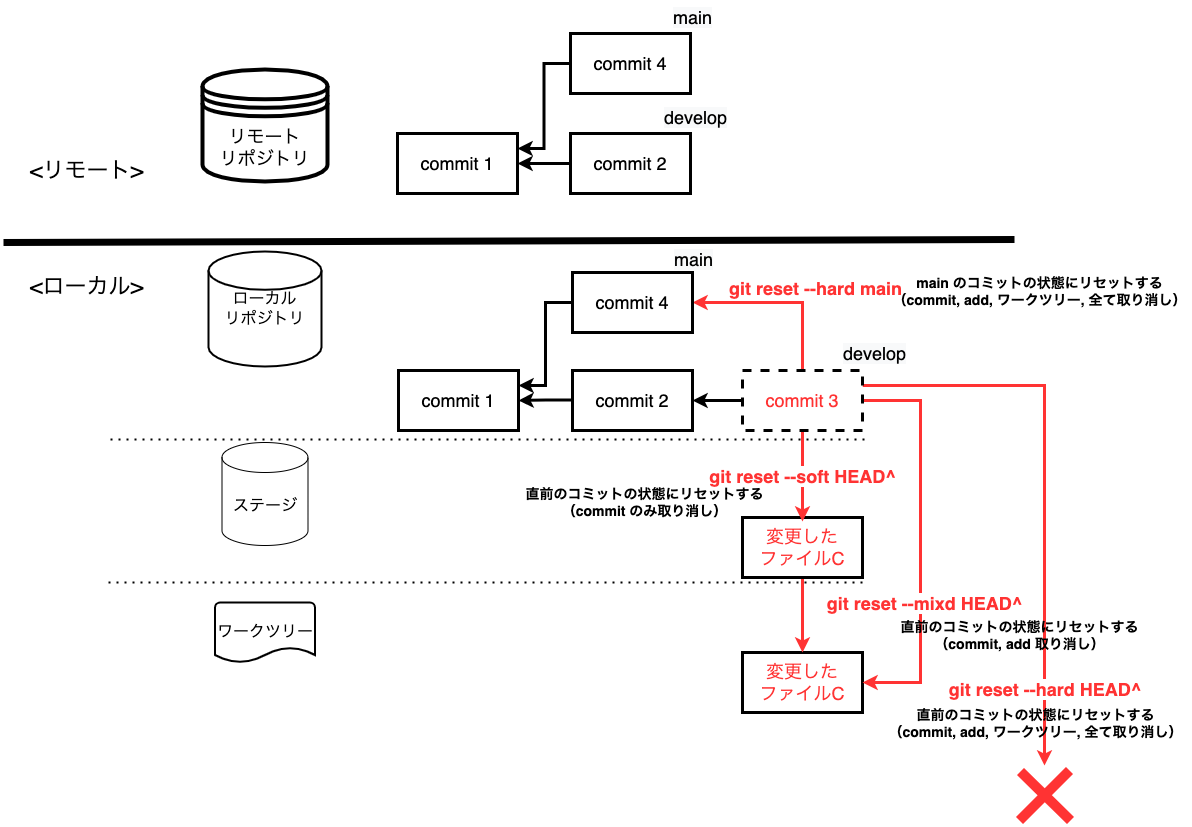
This is assets/image/Git勉強会_コマンドイメージ図-reset.drawio.png from irongineer/learning-git-for-team, a draw.io export, as it was before one commit. Source tidied: cells renumbered, new cells last; positions are measured from the earlier drawing's top-left corner, leaving out a move shared by most shapes.
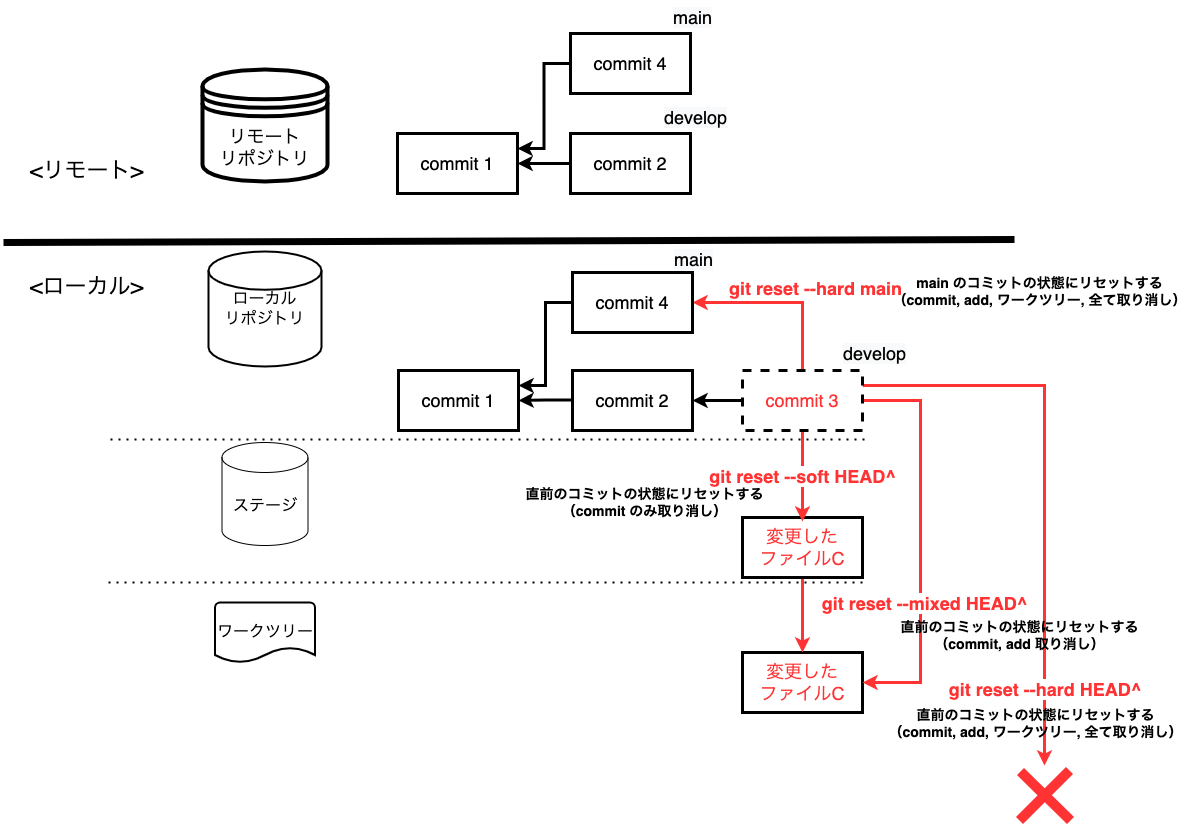
After the change.

Commit message:
Fix review comments

What changed in the source:
```diff
@@ -95,7 +95,7 @@
         </Array>
       </mxGeometry>
     </mxCell>
-    <mxCell id="25" value="&lt;b style=&quot;color: rgb(255 , 51 , 51) ; font-family: &amp;#34;helvetica&amp;#34;&quot;&gt;git reset --mixd HEAD^&lt;br&gt;&lt;/b&gt;" style="edgeLabel;html=1;align=center;verticalAlign=middle;fontSize=18;fontColor=#000000;" parent="24" vertex="1">
+    <mxCell id="25" value="&lt;b style=&quot;color: rgb(255 , 51 , 51) ; font-family: &amp;#34;helvetica&amp;#34;&quot;&gt;git reset --mixed HEAD^&lt;br&gt;&lt;/b&gt;" style="edgeLabel;html=1;align=center;verticalAlign=middle;fontSize=18;fontColor=#000000;" parent="24" vertex="1">
       <mxGeometry x="0.11" y="1" relative="1" as="geometry">
         <mxPoint x="2" y="39" as="offset" />
       </mxGeometry>
```
